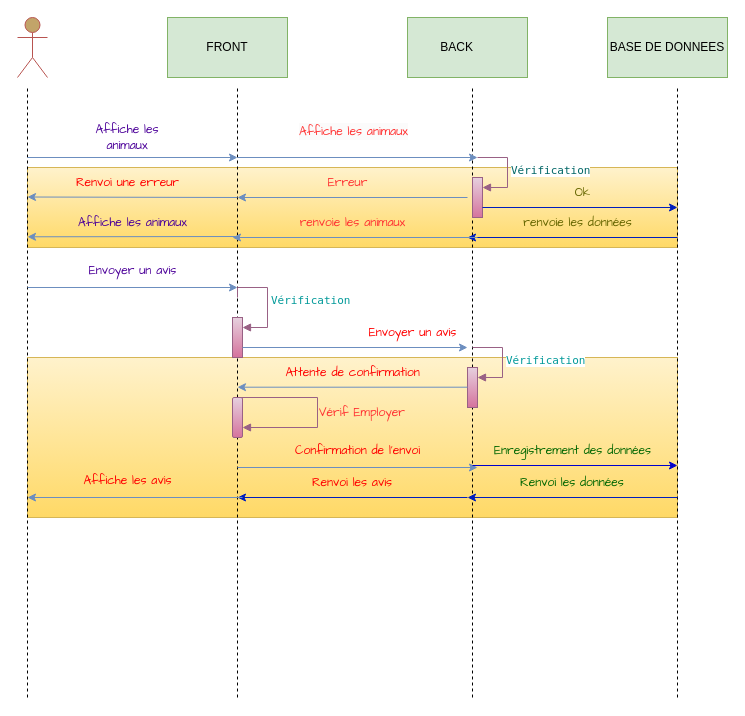
This is Diagramme séquence.drawio from ThibautOV/ZooArcadia, a draw.io file, before an edit. Source tidied: cells renumbered, new cells numbered last; positions are measured from the earlier drawing's top-left corner, leaving out a move shared by most shapes. Both pictures are drawn from the tidied source at 100%, with x=0, y=0 at pixel (17, 17).
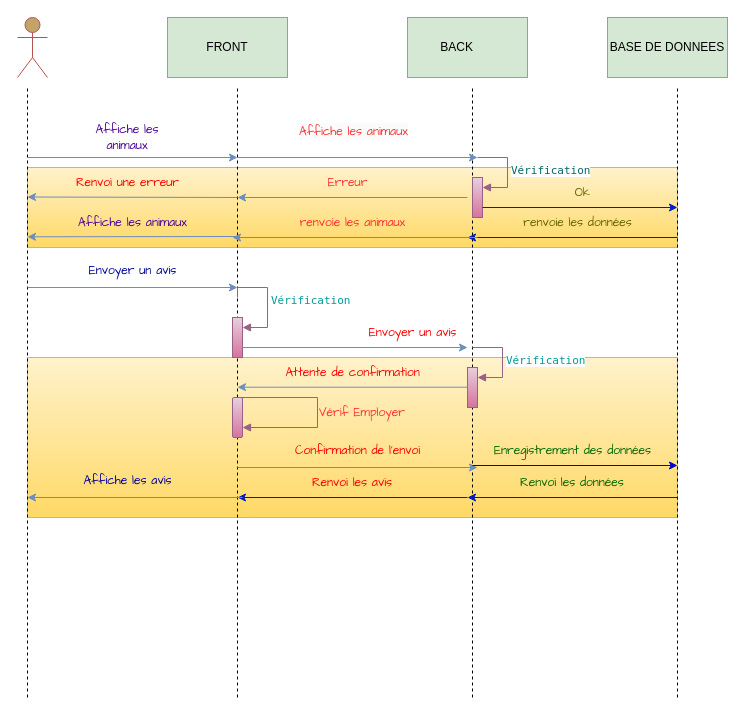
Above is the later version.

Commit message:
Mise à jour Diagramme séquence

Diff of the diagram source:
```diff
@@
-    <mxCell id="31" value="&lt;font face=&quot;Comic Sans MS&quot; color=&quot;#4c0099&quot;&gt;Envoyer un avis&lt;/font&gt;" style="text;html=1;align=center;verticalAlign=middle;strokeColor=none;fillColor=none;" parent="1" vertex="1">
+    <mxCell id="31" value="&lt;font color=&quot;#000099&quot; face=&quot;Comic Sans MS&quot;&gt;Envoyer un avis&lt;/font&gt;" style="text;html=1;align=center;verticalAlign=middle;strokeColor=none;fillColor=none;" parent="1" vertex="1">
       <mxGeometry x="60" y="238" width="110" height="30" as="geometry" />
     </mxCell>
@@
-    <mxCell id="48" value="&lt;font color=&quot;#ff0000&quot; face=&quot;Comic Sans MS&quot;&gt;Affiche les avis&lt;/font&gt;" style="text;html=1;align=center;verticalAlign=middle;strokeColor=none;fillColor=none;" parent="1" vertex="1">
+    <mxCell id="48" value="&lt;font color=&quot;#000099&quot; face=&quot;Comic Sans MS&quot;&gt;Affiche les avis&lt;/font&gt;" style="text;html=1;align=center;verticalAlign=middle;strokeColor=none;fillColor=none;" parent="1" vertex="1">
       <mxGeometry x="55" y="448" width="110" height="30" as="geometry" />
     </mxCell>
```
